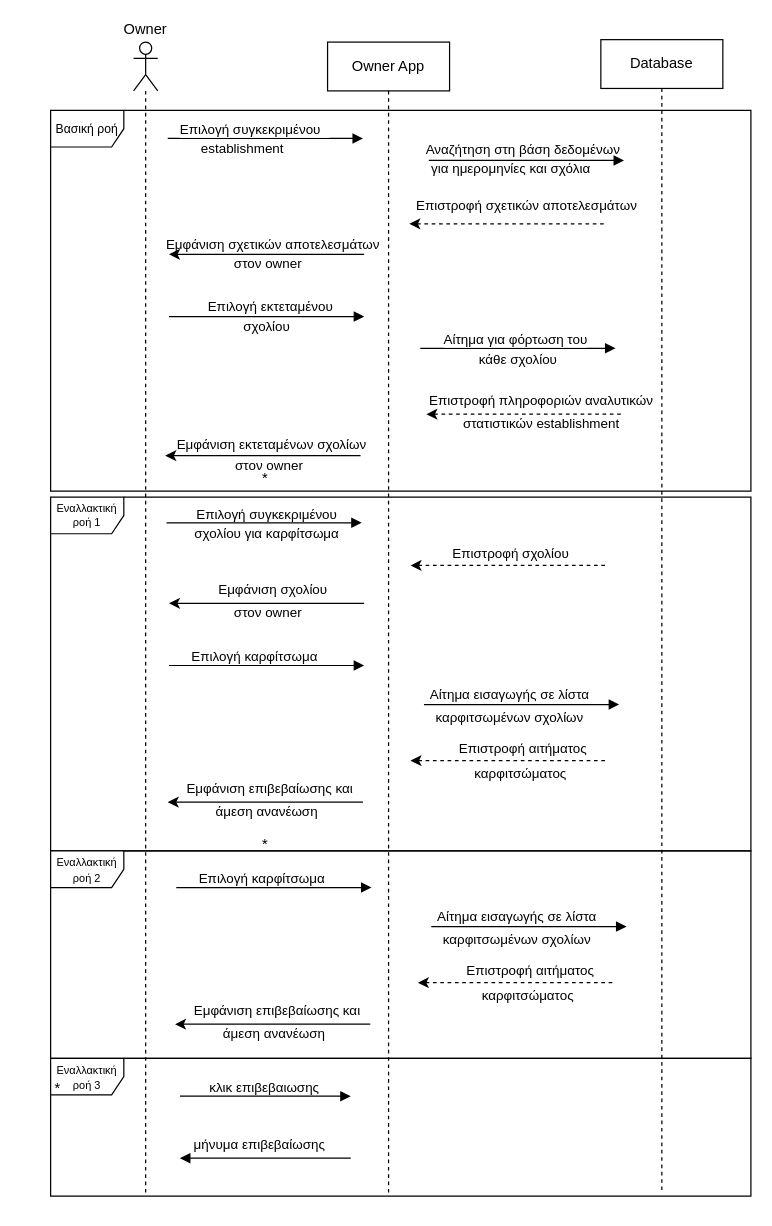
nickpotamianos/Software-Development-Project-Muscle-Mapp keeps this draw.io diagram as Paradoteo 2/documentation/diagrams - nikolas/owner_comments.drawio. Above is the earlier version. Source tidied: cells renumbered, new cells numbered last; positions are measured from the earlier drawing's top-left corner, leaving out a move shared by most shapes. Both pictures are drawn from the tidied source at 122%, with x=0, y=0 at pixel (21, 39).
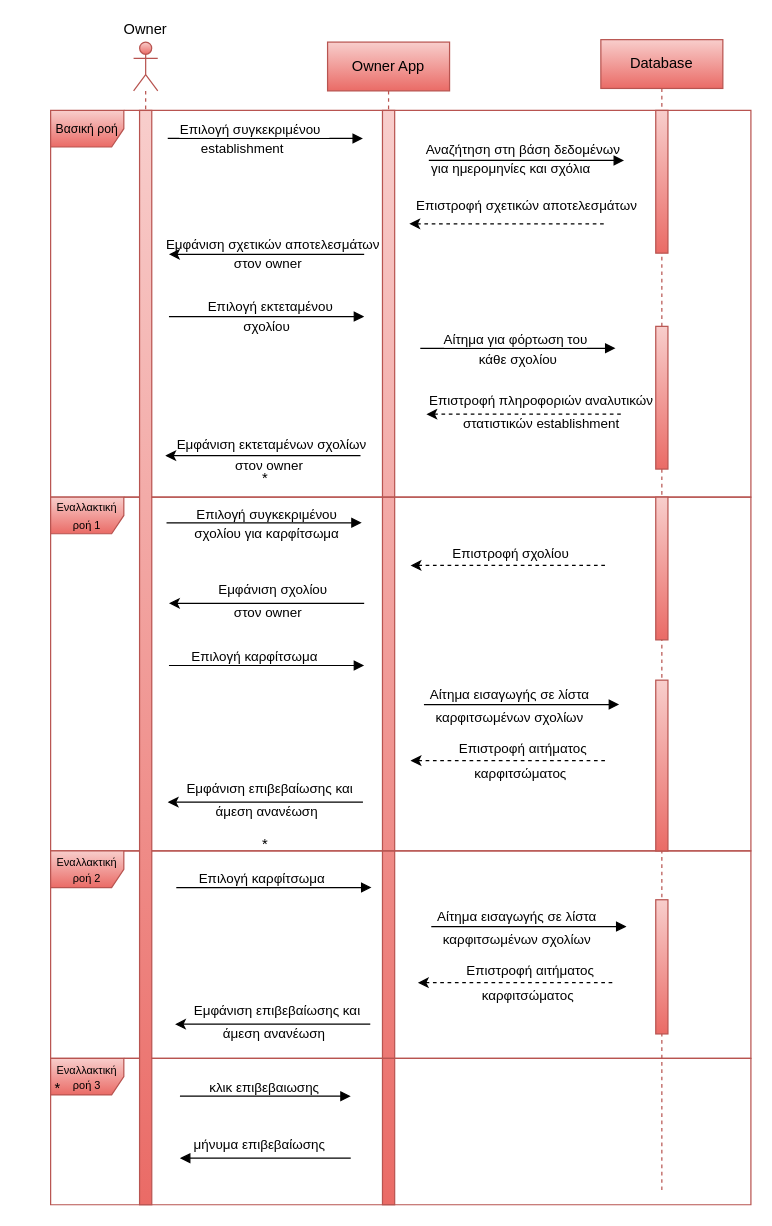
Above is the later version.

What changed in the source:
```diff
@@
-    <mxCell id="2" value="Owner" style="shape=umlLifeline;perimeter=lifelinePerimeter;whiteSpace=wrap;html=1;newEdgeStyle={&quot;curved&quot;:0,&quot;rounded&quot;:0};participant=umlActor;horizontal=1;verticalAlign=middle;align=center;spacingTop=0;spacing=2;spacingBottom=60;fontFamily=comfortaa;" parent="1" vertex="1">
+    <mxCell id="2" value="Owner" style="shape=umlLifeline;perimeter=lifelinePerimeter;whiteSpace=wrap;html=1;newEdgeStyle={&quot;curved&quot;:0,&quot;rounded&quot;:0};participant=umlActor;horizontal=1;verticalAlign=middle;align=center;spacingTop=0;spacing=2;spacingBottom=60;fillColor=#f8cecc;gradientColor=#ea6b66;strokeColor=#b85450;" parent="1" vertex="1">
       <mxGeometry x="92" y="2" width="19.8" height="943" as="geometry" />
     </mxCell>
-    <mxCell id="3" value="Owner App" style="shape=umlLifeline;perimeter=lifelinePerimeter;whiteSpace=wrap;html=1;newEdgeStyle={&quot;curved&quot;:0,&quot;rounded&quot;:0};fontFamily=comfortaa;" parent="1" vertex="1">
-      <mxGeometry x="251" y="2" width="100" height="943" as="geometry" />
+    <mxCell id="3" value="Owner App" style="shape=umlLifeline;perimeter=lifelinePerimeter;whiteSpace=wrap;html=1;newEdgeStyle={&quot;curved&quot;:0,&quot;rounded&quot;:0};fillColor=#f8cecc;gradientColor=#ea6b66;strokeColor=#b85450;" parent="1" vertex="1">
+      <mxGeometry x="251" y="2" width="100" height="953" as="geometry" />
     </mxCell>
+    <mxCell id="69" style="html=1;perimeter=orthogonalPerimeter;targetShapes=umlLifeline;newEdgeStyle={&quot;curved&quot;:0,&quot;rounded&quot;:0};fillColor=#f8cecc;gradientColor=#ea6b66;strokeColor=#b85450;" parent="3" vertex="1">
+      <mxGeometry x="45" y="56" width="10" height="897" as="geometry" />
+    </mxCell>
-    <mxCell id="4" value="Database" style="shape=umlLifeline;perimeter=lifelinePerimeter;whiteSpace=wrap;html=1;newEdgeStyle={&quot;curved&quot;:0,&quot;rounded&quot;:0};fontFamily=comfortaa;" parent="1" vertex="1">
+    <mxCell id="4" value="Database" style="shape=umlLifeline;perimeter=lifelinePerimeter;whiteSpace=wrap;html=1;newEdgeStyle={&quot;curved&quot;:0,&quot;rounded&quot;:0};fontFamily=Helvetica;strokeColor=#b85450;align=center;verticalAlign=middle;fontSize=12;fontColor=default;fillColor=#f8cecc;gradientColor=#ea6b66;" parent="1" vertex="1">
       <mxGeometry x="475" width="100" height="945" as="geometry" />
     </mxCell>
@@
-    <mxCell id="31" value="&lt;font style=&quot;font-size: 10px;&quot;&gt;Βασική ροή&lt;/font&gt;" style="shape=umlFrame;whiteSpace=wrap;html=1;fontFamily=comfortaa;" parent="1" vertex="1">
-      <mxGeometry x="24" y="58" width="574" height="312" as="geometry" />
+    <mxCell id="31" value="&lt;font style=&quot;font-size: 10px;&quot;&gt;Βασική ροή&lt;/font&gt;" style="shape=umlFrame;whiteSpace=wrap;html=1;fillColor=#f8cecc;gradientColor=#ea6b66;strokeColor=#b85450;" parent="1" vertex="1">
+      <mxGeometry x="24" y="58" width="574" height="317" as="geometry" />
     </mxCell>
-    <mxCell id="32" value="&lt;font style=&quot;font-size: 9px;&quot;&gt;Εναλλακτική ροή 1&lt;/font&gt;" style="shape=umlFrame;whiteSpace=wrap;html=1;fontFamily=comfortaa;fontSize=9;" parent="1" vertex="1">
+    <mxCell id="32" value="&lt;font style=&quot;font-size: 9px;&quot;&gt;Εναλλακτική ροή 1&lt;/font&gt;" style="shape=umlFrame;whiteSpace=wrap;html=1;fontFamily=Helvetica;fontSize=12;strokeColor=#b85450;align=center;verticalAlign=middle;fontColor=default;fillColor=#f8cecc;gradientColor=#ea6b66;" parent="1" vertex="1">
       <mxGeometry x="24" y="375" width="574" height="290" as="geometry" />
     </mxCell>
-    <mxCell id="33" value="&lt;p style=&quot;line-height: 100%;&quot;&gt;&lt;font style=&quot;&quot;&gt;&lt;font style=&quot;font-size: 9px;&quot;&gt;Εναλλακτική ροή 2&lt;/font&gt;&lt;br&gt;&lt;/font&gt;&lt;/p&gt;" style="shape=umlFrame;whiteSpace=wrap;html=1;fontFamily=comfortaa;" parent="1" vertex="1">
+    <mxCell id="33" value="&lt;p style=&quot;line-height: 100%;&quot;&gt;&lt;font style=&quot;&quot;&gt;&lt;font style=&quot;font-size: 9px;&quot;&gt;Εναλλακτική ροή 2&lt;/font&gt;&lt;br&gt;&lt;/font&gt;&lt;/p&gt;" style="shape=umlFrame;whiteSpace=wrap;html=1;fontFamily=Helvetica;strokeColor=#b85450;align=center;verticalAlign=middle;fontSize=12;fontColor=default;fillColor=#f8cecc;gradientColor=#ea6b66;" parent="1" vertex="1">
       <mxGeometry x="24" y="665" width="574" height="170" as="geometry" />
     </mxCell>
@@
-    <mxCell id="50" value="&lt;p style=&quot;line-height: 100%;&quot;&gt;&lt;font style=&quot;&quot;&gt;&lt;font style=&quot;font-size: 9px;&quot;&gt;Εναλλακτική ροή 3&lt;/font&gt;&lt;br&gt;&lt;/font&gt;&lt;/p&gt;" style="shape=umlFrame;whiteSpace=wrap;html=1;fontFamily=comfortaa;" parent="1" vertex="1">
-      <mxGeometry x="24" y="835" width="574" height="113" as="geometry" />
+    <mxCell id="50" value="&lt;p style=&quot;line-height: 100%;&quot;&gt;&lt;font style=&quot;&quot;&gt;&lt;font style=&quot;font-size: 9px;&quot;&gt;Εναλλακτική ροή 3&lt;/font&gt;&lt;br&gt;&lt;/font&gt;&lt;/p&gt;" style="shape=umlFrame;whiteSpace=wrap;html=1;fontFamily=Helvetica;strokeColor=#b85450;align=center;verticalAlign=middle;fontSize=12;fontColor=default;fillColor=#f8cecc;gradientColor=#ea6b66;" parent="1" vertex="1">
+      <mxGeometry x="24" y="835" width="574" height="120" as="geometry" />
     </mxCell>
@@
+    <mxCell id="70" style="html=1;perimeter=orthogonalPerimeter;targetShapes=umlLifeline;newEdgeStyle={&quot;curved&quot;:0,&quot;rounded&quot;:0};fillColor=#f8cecc;gradientColor=#ea6b66;strokeColor=#b85450;" parent="1" vertex="1">
+      <mxGeometry x="96.9" y="58" width="10" height="897" as="geometry" />
+    </mxCell>
+    <mxCell id="71" style="html=1;perimeter=orthogonalPerimeter;targetShapes=umlLifeline;newEdgeStyle={&quot;curved&quot;:0,&quot;rounded&quot;:0};fillColor=#f8cecc;gradientColor=#ea6b66;strokeColor=#b85450;" parent="1" vertex="1">
+      <mxGeometry x="520" y="58" width="10" height="117" as="geometry" />
+    </mxCell>
+    <mxCell id="72" style="html=1;perimeter=orthogonalPerimeter;targetShapes=umlLifeline;newEdgeStyle={&quot;curved&quot;:0,&quot;rounded&quot;:0};fillColor=#f8cecc;gradientColor=#ea6b66;strokeColor=#b85450;" parent="1" vertex="1">
+      <mxGeometry x="520" y="235" width="10" height="117" as="geometry" />
+    </mxCell>
+    <mxCell id="73" style="html=1;perimeter=orthogonalPerimeter;targetShapes=umlLifeline;newEdgeStyle={&quot;curved&quot;:0,&quot;rounded&quot;:0};fillColor=#f8cecc;gradientColor=#ea6b66;strokeColor=#b85450;" parent="1" vertex="1">
+      <mxGeometry x="520" y="375" width="10" height="117" as="geometry" />
+    </mxCell>
+    <mxCell id="74" style="html=1;perimeter=orthogonalPerimeter;targetShapes=umlLifeline;newEdgeStyle={&quot;curved&quot;:0,&quot;rounded&quot;:0};fillColor=#f8cecc;gradientColor=#ea6b66;strokeColor=#b85450;" parent="1" vertex="1">
+      <mxGeometry x="520" y="525" width="10" height="140" as="geometry" />
+    </mxCell>
+    <mxCell id="75" style="html=1;perimeter=orthogonalPerimeter;targetShapes=umlLifeline;newEdgeStyle={&quot;curved&quot;:0,&quot;rounded&quot;:0};fillColor=#f8cecc;gradientColor=#ea6b66;strokeColor=#b85450;" parent="1" vertex="1">
+      <mxGeometry x="520" y="705" width="10" height="110" as="geometry" />
+    </mxCell>
```
